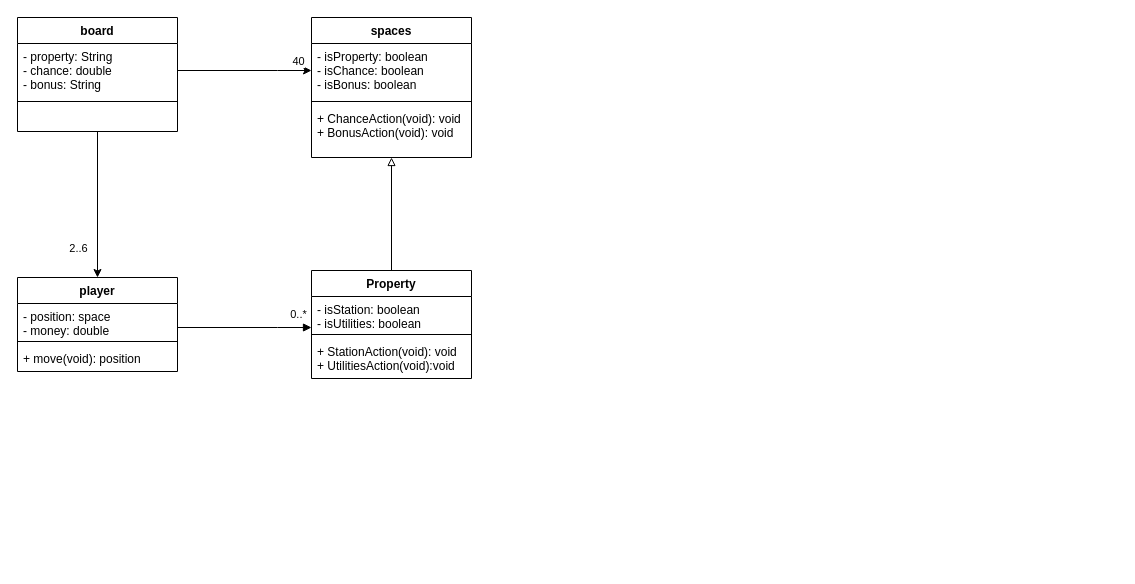
Before: week8 q3.drawio in li000839/objectOrientedSoftwareDevelopment, a draw.io diagram. Source tidied: cells renumbered, new cells numbered last; positions are measured from the earlier drawing's top-left corner, leaving out a move shared by most shapes. Both pictures are drawn from the tidied source at 100%, with x=0, y=0 at pixel (17, 17).
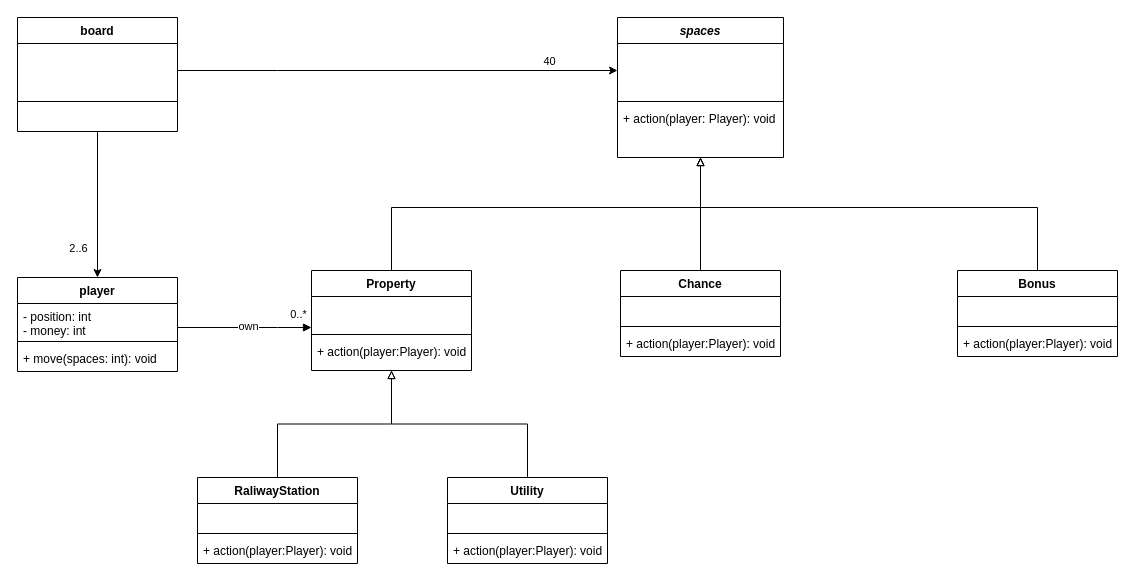
The same page after the edit.

The change refers to these unchanged cells:
```xml
<mxCell id="4" value="board" style="swimlane;fontStyle=1;align=center;verticalAlign=top;horizontal=1;startSize=26;" parent="1" vertex="1">
  <mxGeometry width="160" height="114" as="geometry" />
</mxCell>
<mxCell id="15" style="edgeStyle=orthogonalEdgeStyle;rounded=0;jettySize=auto;html=1;endArrow=block;endFill=1;" parent="1" edge="1" source="17" target="21">
  <mxGeometry relative="1" as="geometry">
    <Array as="points">
      <mxPoint x="260" y="310" />
      <mxPoint x="260" y="310" />
    </Array>
  </mxGeometry>
</mxCell>
<mxCell id="17" value="player" style="swimlane;fontStyle=1;align=center;verticalAlign=top;horizontal=1;startSize=26;" parent="1" vertex="1">
  <mxGeometry y="260" width="160" height="94" as="geometry" />
</mxCell>
```

Change to the diagram source:
```diff
@@
-    <mxCell id="5" value="- property: String&#10;- chance: double&#10;- bonus: String" style="text;strokeColor=none;fillColor=none;align=left;verticalAlign=top;spacingLeft=4;spacingRight=4;overflow=hidden;points=[[0,0.5],[1,0.5]];portConstraint=eastwest;" parent="4" vertex="1">
+    <mxCell id="5" value=" " style="text;strokeColor=none;fillColor=none;align=left;verticalAlign=top;spacingLeft=4;spacingRight=4;overflow=hidden;points=[[0,0.5],[1,0.5]];portConstraint=eastwest;" parent="4" vertex="1">
       <mxGeometry y="26" width="160" height="54" as="geometry" />
     </mxCell>
@@
-    <mxCell id="8" value="spaces" style="swimlane;fontStyle=1;align=center;verticalAlign=top;horizontal=1;startSize=26;" parent="1" vertex="1">
-      <mxGeometry x="294" width="160" height="140" as="geometry" />
-    </mxCell>
-    <mxCell id="9" value="- isProperty: boolean&#10;- isChance: boolean&#10;- isBonus: boolean" style="text;strokeColor=none;fillColor=none;align=left;verticalAlign=top;spacingLeft=4;spacingRight=4;overflow=hidden;" parent="8" vertex="1">
-      <mxGeometry y="26" width="160" height="54" as="geometry" />
-    </mxCell>
-    <mxCell id="10" style="line;strokeWidth=1;fillColor=none;align=left;verticalAlign=middle;spacingTop=-1;spacingLeft=3;spacingRight=3;labelPosition=right;" parent="8" vertex="1">
-      <mxGeometry y="80" width="160" height="8" as="geometry" />
-    </mxCell>
-    <mxCell id="11" value="+ ChanceAction(void): void&#10;+ BonusAction(void): void" style="text;strokeColor=none;fillColor=none;align=left;verticalAlign=top;spacingLeft=4;spacingRight=4;overflow=hidden;" parent="8" vertex="1">
-      <mxGeometry y="88" width="160" height="52" as="geometry" />
-    </mxCell>
@@
     <mxCell id="14" style="edgeStyle=orthogonalEdgeStyle;rounded=0;jettySize=auto;html=1;endArrow=block;endFill=0;" parent="1" edge="1" source="21" target="8">
-      <mxGeometry relative="1" as="geometry" />
+      <mxGeometry relative="1" as="geometry">
+        <Array as="points">
+          <mxPoint x="374" y="190" />
+          <mxPoint x="683" y="190" />
+        </Array>
+      </mxGeometry>
     </mxCell>
@@
+    <mxCell id="25" value="own" style="edgeLabel;html=1;align=center;verticalAlign=middle;" parent="15" vertex="1">
+      <mxGeometry x="0.49" y="44" relative="1" as="geometry">
+        <mxPoint x="-30" y="42" as="offset" />
+      </mxGeometry>
+    </mxCell>
@@
-    <mxCell id="18" value="- position: space&#10;- money: double" style="text;strokeColor=none;fillColor=none;align=left;verticalAlign=top;spacingLeft=4;spacingRight=4;overflow=hidden;" parent="17" vertex="1">
+    <mxCell id="18" value="- position: int&#10;- money: int" style="text;strokeColor=none;fillColor=none;align=left;verticalAlign=top;spacingLeft=4;spacingRight=4;overflow=hidden;" parent="17" vertex="1">
       <mxGeometry y="26" width="160" height="34" as="geometry" />
     </mxCell>
@@
-    <mxCell id="20" value="+ move(void): position" style="text;strokeColor=none;fillColor=none;align=left;verticalAlign=top;spacingLeft=4;spacingRight=4;overflow=hidden;" parent="17" vertex="1">
+    <mxCell id="20" value="+ move(spaces: int): void" style="text;strokeColor=none;fillColor=none;align=left;verticalAlign=top;spacingLeft=4;spacingRight=4;overflow=hidden;" parent="17" vertex="1">
       <mxGeometry y="68" width="160" height="26" as="geometry" />
     </mxCell>
     <mxCell id="21" value="Property" style="swimlane;fontStyle=1;align=center;verticalAlign=top;horizontal=1;startSize=26;" parent="1" vertex="1">
-      <mxGeometry x="294" y="253" width="160" height="108" as="geometry" />
+      <mxGeometry x="294" y="253" width="160" height="100" as="geometry" />
     </mxCell>
-    <mxCell id="22" value="- isStation: boolean&#10;- isUtilities: boolean" style="text;strokeColor=none;fillColor=none;align=left;verticalAlign=top;spacingLeft=4;spacingRight=4;overflow=hidden;" parent="21" vertex="1">
+    <mxCell id="22" value=" " style="text;strokeColor=none;fillColor=none;align=left;verticalAlign=top;spacingLeft=4;spacingRight=4;overflow=hidden;" parent="21" vertex="1">
       <mxGeometry y="26" width="160" height="34" as="geometry" />
     </mxCell>
@@
-    <mxCell id="24" value="+ StationAction(void): void&#10;+ UtilitiesAction(void):void" style="text;strokeColor=none;fillColor=none;align=left;verticalAlign=top;spacingLeft=4;spacingRight=4;overflow=hidden;" parent="21" vertex="1">
-      <mxGeometry y="68" width="160" height="40" as="geometry" />
+    <mxCell id="24" value="+ action(player:Player): void" style="text;strokeColor=none;fillColor=none;align=left;verticalAlign=top;spacingLeft=4;spacingRight=4;overflow=hidden;" parent="21" vertex="1">
+      <mxGeometry y="68" width="160" height="32" as="geometry" />
     </mxCell>
+    <mxCell id="8" value="spaces" style="swimlane;fontStyle=3;align=center;verticalAlign=top;horizontal=1;startSize=26;" parent="1" vertex="1">
+      <mxGeometry x="600" width="166" height="140" as="geometry" />
+    </mxCell>
+    <mxCell id="9" value=" " style="text;strokeColor=none;fillColor=none;align=left;verticalAlign=top;spacingLeft=4;spacingRight=4;overflow=hidden;" parent="8" vertex="1">
+      <mxGeometry y="26" width="166" height="54" as="geometry" />
+    </mxCell>
+    <mxCell id="10" style="line;strokeWidth=1;fillColor=none;align=left;verticalAlign=middle;spacingTop=-1;spacingLeft=3;spacingRight=3;labelPosition=right;" parent="8" vertex="1">
+      <mxGeometry y="80" width="166" height="8" as="geometry" />
+    </mxCell>
+    <mxCell id="11" value="+ action(player: Player): void" style="text;strokeColor=none;fillColor=none;align=left;verticalAlign=top;spacingLeft=4;spacingRight=4;overflow=hidden;" parent="8" vertex="1">
+      <mxGeometry y="88" width="166" height="52" as="geometry" />
+    </mxCell>
+    <mxCell id="26" style="edgeStyle=orthogonalEdgeStyle;rounded=0;jettySize=auto;html=1;endArrow=block;endFill=0;" parent="1" edge="1" source="27" target="8">
+      <mxGeometry relative="1" as="geometry" />
+    </mxCell>
+    <mxCell id="27" value="Chance" style="swimlane;fontStyle=1;align=center;verticalAlign=top;horizontal=1;startSize=26;" parent="1" vertex="1">
+      <mxGeometry x="603" y="253" width="160" height="86" as="geometry" />
+    </mxCell>
+    <mxCell id="28" value=" " style="text;strokeColor=none;fillColor=none;align=left;verticalAlign=top;spacingLeft=4;spacingRight=4;overflow=hidden;" parent="27" vertex="1">
+      <mxGeometry y="26" width="160" height="26" as="geometry" />
+    </mxCell>
+    <mxCell id="29" style="line;strokeWidth=1;fillColor=none;align=left;verticalAlign=middle;spacingTop=-1;spacingLeft=3;spacingRight=3;labelPosition=right;" parent="27" vertex="1">
+      <mxGeometry y="52" width="160" height="8" as="geometry" />
+    </mxCell>
+    <mxCell id="30" value="+ action(player:Player): void" style="text;strokeColor=none;fillColor=none;align=left;verticalAlign=top;spacingLeft=4;spacingRight=4;overflow=hidden;" parent="27" vertex="1">
+      <mxGeometry y="60" width="160" height="26" as="geometry" />
+    </mxCell>
+    <mxCell id="31" style="edgeStyle=orthogonalEdgeStyle;rounded=0;jettySize=auto;html=1;endArrow=block;endFill=0;" parent="1" edge="1" source="32" target="8">
+      <mxGeometry relative="1" as="geometry">
+        <Array as="points">
+          <mxPoint x="1020" y="190" />
+          <mxPoint x="683" y="190" />
+        </Array>
+      </mxGeometry>
+    </mxCell>
+    <mxCell id="32" value="Bonus" style="swimlane;fontStyle=1;align=center;verticalAlign=top;horizontal=1;startSize=26;" parent="1" vertex="1">
+      <mxGeometry x="940" y="253" width="160" height="86" as="geometry" />
+    </mxCell>
+    <mxCell id="33" value=" " style="text;strokeColor=none;fillColor=none;align=left;verticalAlign=top;spacingLeft=4;spacingRight=4;overflow=hidden;" parent="32" vertex="1">
+      <mxGeometry y="26" width="160" height="26" as="geometry" />
+    </mxCell>
+    <mxCell id="34" style="line;strokeWidth=1;fillColor=none;align=left;verticalAlign=middle;spacingTop=-1;spacingLeft=3;spacingRight=3;labelPosition=right;" parent="32" vertex="1">
+      <mxGeometry y="52" width="160" height="8" as="geometry" />
+    </mxCell>
+    <mxCell id="35" value="+ action(player:Player): void" style="text;strokeColor=none;fillColor=none;align=left;verticalAlign=top;spacingLeft=4;spacingRight=4;overflow=hidden;" parent="32" vertex="1">
+      <mxGeometry y="60" width="160" height="26" as="geometry" />
+    </mxCell>
+    <mxCell id="36" style="edgeStyle=orthogonalEdgeStyle;rounded=0;jettySize=auto;html=1;endArrow=block;endFill=0;" parent="1" edge="1" source="37" target="21">
+      <mxGeometry relative="1" as="geometry" />
+    </mxCell>
+    <mxCell id="37" value="RaliwayStation" style="swimlane;fontStyle=1;align=center;verticalAlign=top;horizontal=1;startSize=26;" parent="1" vertex="1">
+      <mxGeometry x="180" y="460" width="160" height="86" as="geometry" />
+    </mxCell>
+    <mxCell id="38" value=" " style="text;strokeColor=none;fillColor=none;align=left;verticalAlign=top;spacingLeft=4;spacingRight=4;overflow=hidden;" parent="37" vertex="1">
+      <mxGeometry y="26" width="160" height="26" as="geometry" />
+    </mxCell>
+    <mxCell id="39" style="line;strokeWidth=1;fillColor=none;align=left;verticalAlign=middle;spacingTop=-1;spacingLeft=3;spacingRight=3;labelPosition=right;" parent="37" vertex="1">
+      <mxGeometry y="52" width="160" height="8" as="geometry" />
+    </mxCell>
+    <mxCell id="40" value="+ action(player:Player): void" style="text;strokeColor=none;fillColor=none;align=left;verticalAlign=top;spacingLeft=4;spacingRight=4;overflow=hidden;" parent="37" vertex="1">
+      <mxGeometry y="60" width="160" height="26" as="geometry" />
+    </mxCell>
+    <mxCell id="41" style="edgeStyle=orthogonalEdgeStyle;rounded=0;jettySize=auto;html=1;endArrow=block;endFill=0;" parent="1" edge="1" source="42" target="21">
+      <mxGeometry relative="1" as="geometry" />
+    </mxCell>
+    <mxCell id="42" value="Utility" style="swimlane;fontStyle=1;align=center;verticalAlign=top;horizontal=1;startSize=26;" parent="1" vertex="1">
+      <mxGeometry x="430" y="460" width="160" height="86" as="geometry" />
+    </mxCell>
+    <mxCell id="43" value=" " style="text;strokeColor=none;fillColor=none;align=left;verticalAlign=top;spacingLeft=4;spacingRight=4;overflow=hidden;" parent="42" vertex="1">
+      <mxGeometry y="26" width="160" height="26" as="geometry" />
+    </mxCell>
+    <mxCell id="44" style="line;strokeWidth=1;fillColor=none;align=left;verticalAlign=middle;spacingTop=-1;spacingLeft=3;spacingRight=3;labelPosition=right;" parent="42" vertex="1">
+      <mxGeometry y="52" width="160" height="8" as="geometry" />
+    </mxCell>
+    <mxCell id="45" value="+ action(player:Player): void" style="text;strokeColor=none;fillColor=none;align=left;verticalAlign=top;spacingLeft=4;spacingRight=4;overflow=hidden;" parent="42" vertex="1">
+      <mxGeometry y="60" width="160" height="26" as="geometry" />
+    </mxCell>
```
